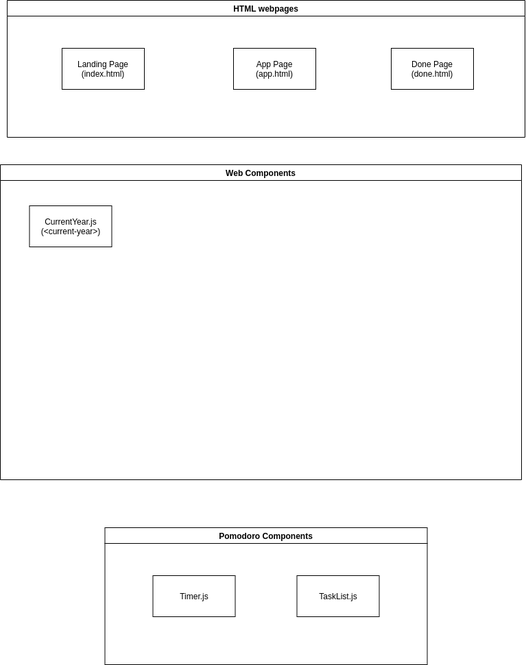
Before: specs/interface/wireframe/systemdiagram-r1.drawio.png, a diagram exported from draw.io (CSE-110-Group-29/Electric-Pomato). Source tidied: cells renumbered, new cells last; positions are measured from the earlier drawing's top-left corner, leaving out a move shared by most shapes. Source of this version:
```xml
<mxGraphModel>
  <root>
    <mxCell id="0" />
    <mxCell id="1" parent="0" />
    <mxCell id="2" value="HTML webpages" style="swimlane;" parent="1" vertex="1">
      <mxGeometry x="10" width="755" height="200" as="geometry" />
    </mxCell>
    <mxCell id="3" value="Landing Page&lt;br&gt;(index.html)" style="rounded=0;whiteSpace=wrap;html=1;" parent="2" vertex="1">
      <mxGeometry x="80" y="70" width="120" height="60" as="geometry" />
    </mxCell>
    <mxCell id="4" value="App Page&lt;br&gt;(app.html)" style="rounded=0;whiteSpace=wrap;html=1;" parent="2" vertex="1">
      <mxGeometry x="330" y="70" width="120" height="60" as="geometry" />
    </mxCell>
    <mxCell id="5" value="Done Page&lt;br&gt;(done.html)" style="rounded=0;whiteSpace=wrap;html=1;" parent="2" vertex="1">
      <mxGeometry x="560" y="70" width="120" height="60" as="geometry" />
    </mxCell>
    <mxCell id="6" value="Web Components" style="swimlane;" parent="1" vertex="1">
      <mxGeometry y="240" width="760" height="460" as="geometry" />
    </mxCell>
    <mxCell id="7" value="CurrentYear.js&lt;br&gt;(&amp;lt;current-year&amp;gt;)" style="rounded=0;whiteSpace=wrap;html=1;" parent="6" vertex="1">
      <mxGeometry x="42.5" y="60" width="120" height="60" as="geometry" />
    </mxCell>
    <mxCell id="8" value="Pomodoro Components" style="swimlane;startSize=23;" parent="1" vertex="1">
      <mxGeometry x="152.5" y="770" width="470" height="200" as="geometry" />
    </mxCell>
    <mxCell id="9" value="TaskList.js" style="rounded=0;whiteSpace=wrap;html=1;" parent="8" vertex="1">
      <mxGeometry x="280" y="70" width="120" height="60" as="geometry" />
    </mxCell>
    <mxCell id="10" value="Timer.js" style="rounded=0;whiteSpace=wrap;html=1;" parent="8" vertex="1">
      <mxGeometry x="70" y="70" width="120" height="60" as="geometry" />
    </mxCell>
  </root>
</mxGraphModel>
```
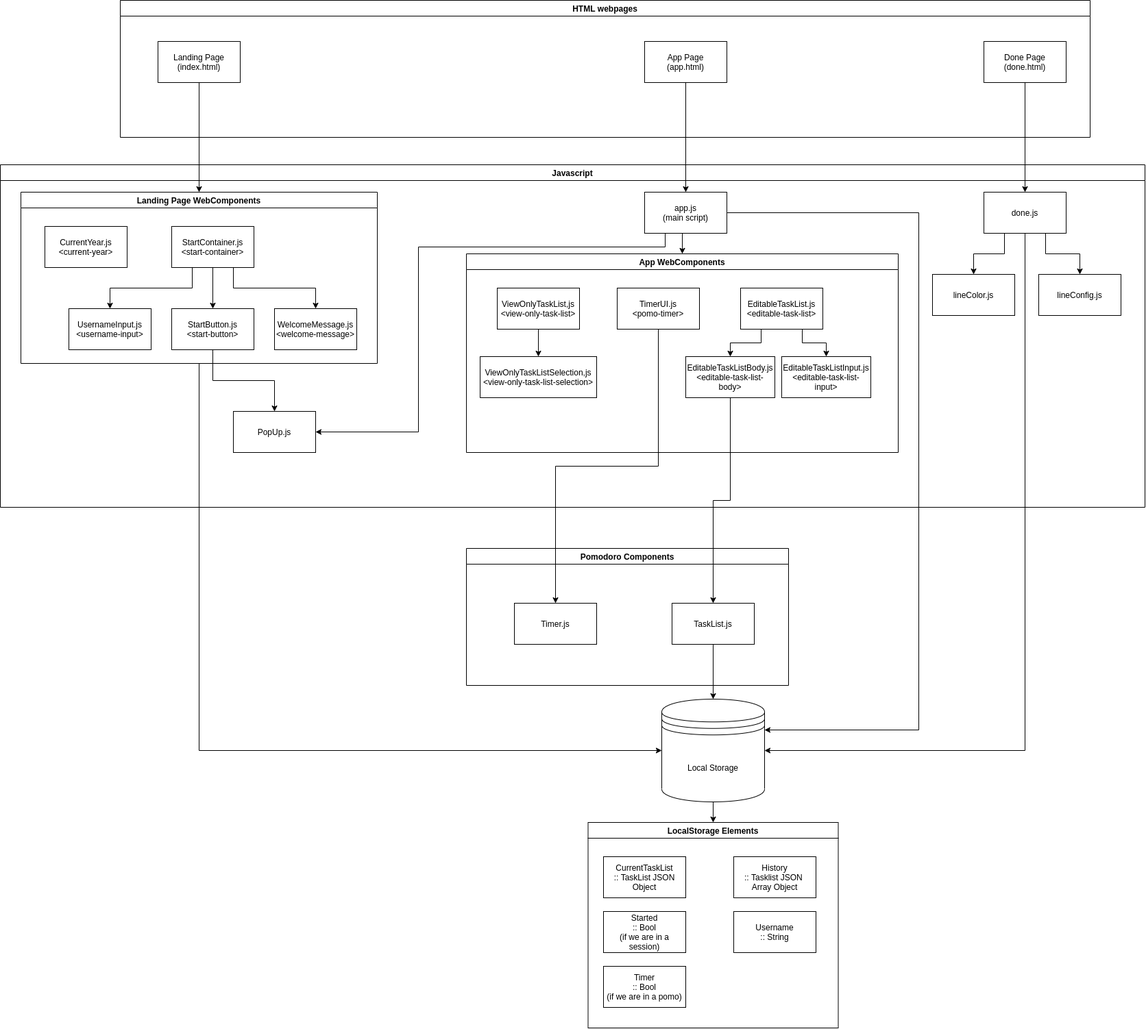
Later version of the same file.

Commit message:
system diagram revision 1 update

Diff of the diagram source:
```diff
@@ -3,31 +3,177 @@
     <mxCell id="0" />
     <mxCell id="1" parent="0" />
     <mxCell id="2" value="HTML webpages" style="swimlane;" parent="1" vertex="1">
-      <mxGeometry x="10" width="755" height="200" as="geometry" />
+      <mxGeometry x="-265" y="40" width="1415" height="200" as="geometry" />
     </mxCell>
     <mxCell id="3" value="Landing Page&lt;br&gt;(index.html)" style="rounded=0;whiteSpace=wrap;html=1;" parent="2" vertex="1">
-      <mxGeometry x="80" y="70" width="120" height="60" as="geometry" />
+      <mxGeometry x="55" y="60" width="120" height="60" as="geometry" />
     </mxCell>
     <mxCell id="4" value="App Page&lt;br&gt;(app.html)" style="rounded=0;whiteSpace=wrap;html=1;" parent="2" vertex="1">
-      <mxGeometry x="330" y="70" width="120" height="60" as="geometry" />
+      <mxGeometry x="765" y="60" width="120" height="60" as="geometry" />
     </mxCell>
     <mxCell id="5" value="Done Page&lt;br&gt;(done.html)" style="rounded=0;whiteSpace=wrap;html=1;" parent="2" vertex="1">
-      <mxGeometry x="560" y="70" width="120" height="60" as="geometry" />
+      <mxGeometry x="1260" y="60" width="120" height="60" as="geometry" />
     </mxCell>
-    <mxCell id="6" value="Web Components" style="swimlane;" parent="1" vertex="1">
-      <mxGeometry y="240" width="760" height="460" as="geometry" />
+    <mxCell id="6" value="Javascript" style="swimlane;" parent="1" vertex="1">
+      <mxGeometry x="-440" y="280" width="1670" height="500" as="geometry" />
     </mxCell>
+    <mxCell id="11" value="Landing Page WebComponents" style="swimlane;" parent="6" vertex="1">
+      <mxGeometry x="30" y="40" width="520" height="250" as="geometry" />
+    </mxCell>
+    <mxCell id="12" value="StartContainer.js&lt;br&gt;&amp;lt;start-container&amp;gt;" style="rounded=0;whiteSpace=wrap;html=1;" parent="11" vertex="1">
+      <mxGeometry x="220" y="50" width="120" height="60" as="geometry" />
+    </mxCell>
+    <mxCell id="13" value="UsernameInput.js&lt;br&gt;&amp;lt;username-input&amp;gt;" style="rounded=0;whiteSpace=wrap;html=1;" parent="11" vertex="1">
+      <mxGeometry x="70" y="170" width="120" height="60" as="geometry" />
+    </mxCell>
+    <mxCell id="14" style="edgeStyle=orthogonalEdgeStyle;rounded=0;jettySize=auto;html=1;exitX=0.25;exitY=1;exitDx=0;exitDy=0;entryX=0.5;entryY=0;entryDx=0;entryDy=0;" parent="11" edge="1" source="12" target="13">
+      <mxGeometry relative="1" as="geometry" />
+    </mxCell>
+    <mxCell id="15" value="StartButton.js&lt;br&gt;&amp;lt;start-button&amp;gt;" style="rounded=0;whiteSpace=wrap;html=1;" parent="11" vertex="1">
+      <mxGeometry x="220" y="170" width="120" height="60" as="geometry" />
+    </mxCell>
+    <mxCell id="16" style="edgeStyle=orthogonalEdgeStyle;rounded=0;jettySize=auto;html=1;exitX=0.5;exitY=1;exitDx=0;exitDy=0;entryX=0.5;entryY=0;entryDx=0;entryDy=0;" parent="11" edge="1" source="12" target="15">
+      <mxGeometry relative="1" as="geometry" />
+    </mxCell>
+    <mxCell id="17" value="WelcomeMessage.js&lt;br&gt;&amp;lt;welcome-message&amp;gt;" style="rounded=0;whiteSpace=wrap;html=1;" parent="11" vertex="1">
+      <mxGeometry x="370" y="170" width="120" height="60" as="geometry" />
+    </mxCell>
+    <mxCell id="18" style="edgeStyle=orthogonalEdgeStyle;rounded=0;jettySize=auto;html=1;exitX=0.75;exitY=1;exitDx=0;exitDy=0;" parent="11" edge="1" source="12" target="17">
+      <mxGeometry relative="1" as="geometry" />
+    </mxCell>
-    <mxCell id="7" value="CurrentYear.js&lt;br&gt;(&amp;lt;current-year&amp;gt;)" style="rounded=0;whiteSpace=wrap;html=1;" parent="6" vertex="1">
-      <mxGeometry x="42.5" y="60" width="120" height="60" as="geometry" />
+    <mxCell id="7" value="CurrentYear.js&lt;br&gt;&amp;lt;current-year&amp;gt;" style="rounded=0;whiteSpace=wrap;html=1;" parent="11" vertex="1">
+      <mxGeometry x="35" y="50" width="120" height="60" as="geometry" />
     </mxCell>
+    <mxCell id="19" value="PopUp.js" style="rounded=0;whiteSpace=wrap;html=1;" parent="6" vertex="1">
+      <mxGeometry x="340" y="360" width="120" height="60" as="geometry" />
+    </mxCell>
+    <mxCell id="20" style="edgeStyle=orthogonalEdgeStyle;rounded=0;jettySize=auto;html=1;exitX=0.5;exitY=1;exitDx=0;exitDy=0;" parent="6" edge="1" source="15" target="19">
+      <mxGeometry relative="1" as="geometry" />
+    </mxCell>
+    <mxCell id="21" value="App WebComponents" style="swimlane;startSize=23;" parent="6" vertex="1">
+      <mxGeometry x="680" y="130" width="630" height="290" as="geometry" />
+    </mxCell>
+    <mxCell id="22" style="edgeStyle=orthogonalEdgeStyle;rounded=0;jettySize=auto;html=1;exitX=0.5;exitY=1;exitDx=0;exitDy=0;" parent="21" edge="1" source="23" target="24">
+      <mxGeometry relative="1" as="geometry" />
+    </mxCell>
+    <mxCell id="23" value="ViewOnlyTaskList,js&lt;br&gt;&amp;lt;view-only-task-list&amp;gt;" style="rounded=0;whiteSpace=wrap;html=1;" parent="21" vertex="1">
+      <mxGeometry x="45" y="50" width="120" height="60" as="geometry" />
+    </mxCell>
+    <mxCell id="24" value="ViewOnlyTaskListSelection,js&lt;br&gt;&amp;lt;view-only-task-list-selection&amp;gt;" style="rounded=0;whiteSpace=wrap;html=1;" parent="21" vertex="1">
+      <mxGeometry x="20" y="150" width="170" height="60" as="geometry" />
+    </mxCell>
+    <mxCell id="25" value="TimerUI.js&lt;br&gt;&amp;lt;pomo-timer&amp;gt;" style="rounded=0;whiteSpace=wrap;html=1;" parent="21" vertex="1">
+      <mxGeometry x="220" y="50" width="120" height="60" as="geometry" />
+    </mxCell>
+    <mxCell id="26" value="EditableTaskList.js&lt;br&gt;&amp;lt;editable-task-list&amp;gt;" style="rounded=0;whiteSpace=wrap;html=1;" parent="21" vertex="1">
+      <mxGeometry x="400" y="50" width="120" height="60" as="geometry" />
+    </mxCell>
+    <mxCell id="27" value="EditableTaskListBody.js&lt;br&gt;&amp;lt;editable-task-list-body&amp;gt;" style="rounded=0;whiteSpace=wrap;html=1;" parent="21" vertex="1">
+      <mxGeometry x="320" y="150" width="130" height="60" as="geometry" />
+    </mxCell>
+    <mxCell id="28" style="edgeStyle=orthogonalEdgeStyle;rounded=0;jettySize=auto;html=1;exitX=0.25;exitY=1;exitDx=0;exitDy=0;entryX=0.5;entryY=0;entryDx=0;entryDy=0;" parent="21" edge="1" source="26" target="27">
+      <mxGeometry relative="1" as="geometry" />
+    </mxCell>
+    <mxCell id="29" value="EditableTaskListInput.js&lt;br&gt;&amp;lt;editable-task-list-input&amp;gt;" style="rounded=0;whiteSpace=wrap;html=1;" parent="21" vertex="1">
+      <mxGeometry x="460" y="150" width="130" height="60" as="geometry" />
+    </mxCell>
+    <mxCell id="30" style="edgeStyle=orthogonalEdgeStyle;rounded=0;jettySize=auto;html=1;exitX=0.75;exitY=1;exitDx=0;exitDy=0;entryX=0.5;entryY=0;entryDx=0;entryDy=0;" parent="21" edge="1" source="26" target="29">
+      <mxGeometry relative="1" as="geometry" />
+    </mxCell>
+    <mxCell id="31" style="edgeStyle=orthogonalEdgeStyle;rounded=0;jettySize=auto;html=1;exitX=0.5;exitY=1;exitDx=0;exitDy=0;entryX=0.5;entryY=0;entryDx=0;entryDy=0;" parent="6" edge="1" source="33" target="21">
+      <mxGeometry relative="1" as="geometry" />
+    </mxCell>
+    <mxCell id="32" style="edgeStyle=orthogonalEdgeStyle;rounded=0;jettySize=auto;html=1;exitX=0.25;exitY=1;exitDx=0;exitDy=0;entryX=1;entryY=0.5;entryDx=0;entryDy=0;" parent="6" edge="1" source="33" target="19">
+      <mxGeometry relative="1" as="geometry">
+        <Array as="points">
+          <mxPoint x="970" y="120" />
+          <mxPoint x="610" y="120" />
+          <mxPoint x="610" y="390" />
+        </Array>
+      </mxGeometry>
+    </mxCell>
+    <mxCell id="33" value="app.js&lt;br&gt;(main script)" style="rounded=0;whiteSpace=wrap;html=1;" parent="6" vertex="1">
+      <mxGeometry x="940" y="40" width="120" height="60" as="geometry" />
+    </mxCell>
+    <mxCell id="34" style="edgeStyle=orthogonalEdgeStyle;rounded=0;jettySize=auto;html=1;exitX=0.25;exitY=1;exitDx=0;exitDy=0;entryX=0.5;entryY=0;entryDx=0;entryDy=0;" parent="6" edge="1" source="36" target="37">
+      <mxGeometry relative="1" as="geometry" />
+    </mxCell>
+    <mxCell id="35" style="edgeStyle=orthogonalEdgeStyle;rounded=0;jettySize=auto;html=1;exitX=0.75;exitY=1;exitDx=0;exitDy=0;" parent="6" edge="1" source="36" target="38">
+      <mxGeometry relative="1" as="geometry" />
+    </mxCell>
+    <mxCell id="36" value="done.js" style="rounded=0;whiteSpace=wrap;html=1;" parent="6" vertex="1">
+      <mxGeometry x="1435" y="40" width="120" height="60" as="geometry" />
+    </mxCell>
+    <mxCell id="37" value="lineColor.js" style="rounded=0;whiteSpace=wrap;html=1;" parent="6" vertex="1">
+      <mxGeometry x="1360" y="160" width="120" height="60" as="geometry" />
+    </mxCell>
+    <mxCell id="38" value="lineConfig.js" style="rounded=0;whiteSpace=wrap;html=1;" parent="6" vertex="1">
+      <mxGeometry x="1515" y="160" width="120" height="60" as="geometry" />
+    </mxCell>
     <mxCell id="8" value="Pomodoro Components" style="swimlane;startSize=23;" parent="1" vertex="1">
-      <mxGeometry x="152.5" y="770" width="470" height="200" as="geometry" />
+      <mxGeometry x="240" y="840" width="470" height="200" as="geometry" />
     </mxCell>
     <mxCell id="9" value="TaskList.js" style="rounded=0;whiteSpace=wrap;html=1;" parent="8" vertex="1">
-      <mxGeometry x="280" y="70" width="120" height="60" as="geometry" />
+      <mxGeometry x="300" y="80" width="120" height="60" as="geometry" />
     </mxCell>
     <mxCell id="10" value="Timer.js" style="rounded=0;whiteSpace=wrap;html=1;" parent="8" vertex="1">
-      <mxGeometry x="70" y="70" width="120" height="60" as="geometry" />
+      <mxGeometry x="70" y="80" width="120" height="60" as="geometry" />
     </mxCell>
+    <mxCell id="39" style="edgeStyle=orthogonalEdgeStyle;rounded=0;jettySize=auto;html=1;exitX=0.5;exitY=1;exitDx=0;exitDy=0;entryX=0.5;entryY=0;entryDx=0;entryDy=0;" parent="1" edge="1" source="40" target="47">
+      <mxGeometry relative="1" as="geometry" />
+    </mxCell>
+    <mxCell id="40" value="Local Storage" style="shape=datastore;whiteSpace=wrap;html=1;" parent="1" vertex="1">
+      <mxGeometry x="525" y="1060" width="150" height="150" as="geometry" />
+    </mxCell>
+    <mxCell id="41" style="edgeStyle=orthogonalEdgeStyle;rounded=0;jettySize=auto;html=1;exitX=0.5;exitY=1;exitDx=0;exitDy=0;entryX=0.5;entryY=0;entryDx=0;entryDy=0;" parent="1" edge="1" source="9" target="40">
+      <mxGeometry relative="1" as="geometry" />
+    </mxCell>
+    <mxCell id="42" style="edgeStyle=orthogonalEdgeStyle;rounded=0;jettySize=auto;html=1;exitX=0.5;exitY=1;exitDx=0;exitDy=0;entryX=0.5;entryY=0;entryDx=0;entryDy=0;" parent="1" edge="1" source="3" target="11">
+      <mxGeometry relative="1" as="geometry" />
+    </mxCell>
+    <mxCell id="43" style="edgeStyle=orthogonalEdgeStyle;rounded=0;jettySize=auto;html=1;exitX=0.5;exitY=1;exitDx=0;exitDy=0;entryX=0.5;entryY=0;entryDx=0;entryDy=0;" parent="1" edge="1" source="4" target="33">
+      <mxGeometry relative="1" as="geometry" />
+    </mxCell>
+    <mxCell id="44" style="edgeStyle=orthogonalEdgeStyle;rounded=0;jettySize=auto;html=1;exitX=0.5;exitY=1;exitDx=0;exitDy=0;" parent="1" edge="1" source="27" target="9">
+      <mxGeometry relative="1" as="geometry" />
+    </mxCell>
+    <mxCell id="45" style="edgeStyle=orthogonalEdgeStyle;rounded=0;jettySize=auto;html=1;exitX=0.5;exitY=1;exitDx=0;exitDy=0;" parent="1" edge="1" source="25" target="10">
+      <mxGeometry relative="1" as="geometry" />
+    </mxCell>
+    <mxCell id="46" style="edgeStyle=orthogonalEdgeStyle;rounded=0;jettySize=auto;html=1;exitX=0.5;exitY=1;exitDx=0;exitDy=0;" parent="1" edge="1" source="5" target="36">
+      <mxGeometry relative="1" as="geometry" />
+    </mxCell>
+    <mxCell id="47" value="LocalStorage Elements" style="swimlane;" parent="1" vertex="1">
+      <mxGeometry x="417.5" y="1240" width="365" height="300" as="geometry" />
+    </mxCell>
+    <mxCell id="48" value="CurrentTaskList&lt;br&gt;:: TaskList JSON Object" style="rounded=0;whiteSpace=wrap;html=1;" parent="47" vertex="1">
+      <mxGeometry x="22.5" y="50" width="120" height="60" as="geometry" />
+    </mxCell>
+    <mxCell id="49" value="Started&lt;br&gt;:: Bool&lt;br&gt;(if we are in a session)" style="rounded=0;whiteSpace=wrap;html=1;" parent="47" vertex="1">
+      <mxGeometry x="22.5" y="130" width="120" height="60" as="geometry" />
+    </mxCell>
+    <mxCell id="50" value="Timer&lt;br&gt;:: Bool&lt;br&gt;(if we are in a pomo)" style="rounded=0;whiteSpace=wrap;html=1;" parent="47" vertex="1">
+      <mxGeometry x="22.5" y="210" width="120" height="60" as="geometry" />
+    </mxCell>
+    <mxCell id="51" value="Username&lt;br&gt;:: String" style="rounded=0;whiteSpace=wrap;html=1;" parent="47" vertex="1">
+      <mxGeometry x="212.5" y="130" width="120" height="60" as="geometry" />
+    </mxCell>
+    <mxCell id="52" value="History&lt;br&gt;:: Tasklist JSON &lt;br&gt;Array Object" style="rounded=0;whiteSpace=wrap;html=1;" parent="47" vertex="1">
+      <mxGeometry x="212.5" y="50" width="120" height="60" as="geometry" />
+    </mxCell>
+    <mxCell id="53" style="edgeStyle=orthogonalEdgeStyle;rounded=0;jettySize=auto;html=1;exitX=0.5;exitY=1;exitDx=0;exitDy=0;entryX=1;entryY=0.5;entryDx=0;entryDy=0;" parent="1" edge="1" source="36" target="40">
+      <mxGeometry relative="1" as="geometry" />
+    </mxCell>
+    <mxCell id="54" style="edgeStyle=orthogonalEdgeStyle;rounded=0;jettySize=auto;html=1;exitX=0.5;exitY=1;exitDx=0;exitDy=0;entryX=0;entryY=0.5;entryDx=0;entryDy=0;" parent="1" edge="1" source="11" target="40">
+      <mxGeometry relative="1" as="geometry" />
+    </mxCell>
+    <mxCell id="55" style="edgeStyle=orthogonalEdgeStyle;rounded=0;jettySize=auto;html=1;exitX=1;exitY=0.5;exitDx=0;exitDy=0;entryX=1;entryY=0.3;entryDx=0;entryDy=0;" parent="1" edge="1" source="33" target="40">
+      <mxGeometry relative="1" as="geometry">
+        <Array as="points">
+          <mxPoint x="900" y="350" />
+          <mxPoint x="900" y="1105" />
+        </Array>
+      </mxGeometry>
+    </mxCell>
   </root>
 </mxGraphModel>
```
